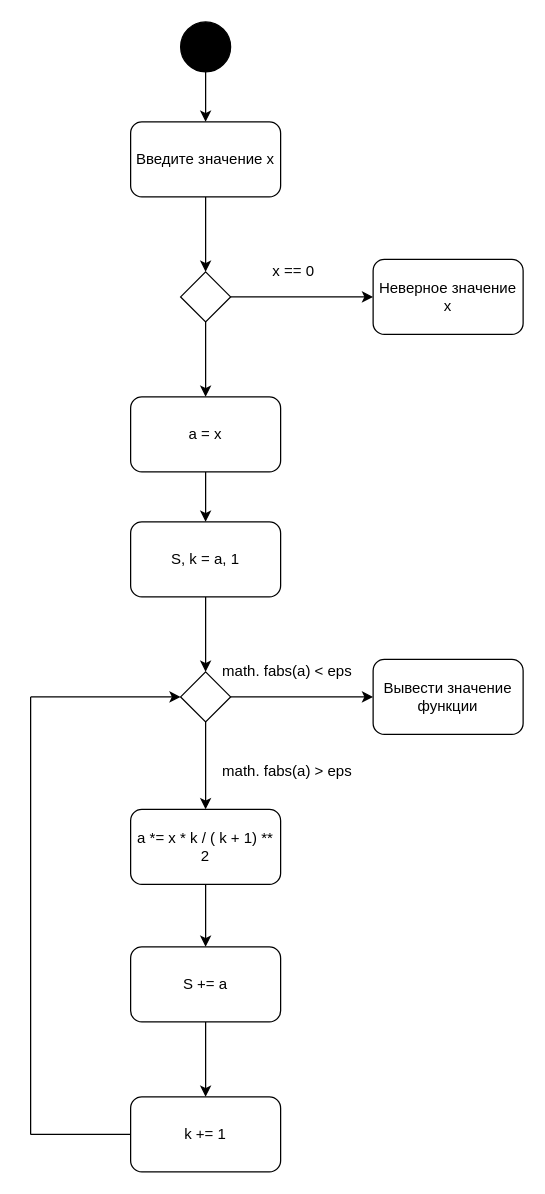
Dvinec/lab-2.2 keeps this draw.io diagram as Диаграмма модуля 5.drawio. Above is the earlier version. Source tidied: cells renumbered, new cells numbered last; positions are measured from the earlier drawing's top-left corner, leaving out a move shared by most shapes. Both pictures are drawn from the tidied source at 125%, with x=0, y=0 at pixel (30, 21).
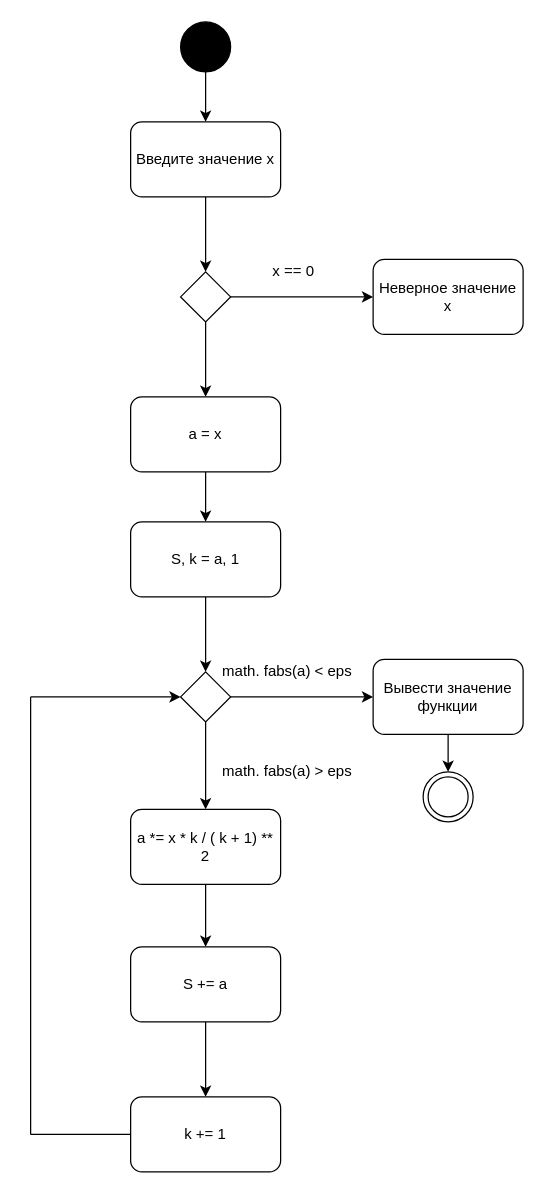
The same diagram, later.

The change refers to these unchanged cells:
```xml
<mxCell id="9" value="Вывести значение функции" style="rounded=1;whiteSpace=wrap;html=1;fillColor=none;" parent="1" vertex="1">
  <mxGeometry x="274" y="510" width="120" height="60" as="geometry" />
</mxCell>
```

What changed in the source:
```diff
@@
+    <mxCell id="29" style="ellipse;shape=doubleEllipse;whiteSpace=wrap;html=1;fillStyle=auto;fillColor=none;" parent="1" vertex="1">
+      <mxGeometry x="314" y="600" width="40" height="40" as="geometry" />
+    </mxCell>
+    <mxCell id="30" style="endArrow=classic;html=1;rounded=0;exitX=0.5;exitY=1;exitDx=0;exitDy=0;entryX=0.5;entryY=0;entryDx=0;entryDy=0;" parent="1" edge="1" source="9" target="29">
+      <mxGeometry relative="1" as="geometry" />
+    </mxCell>
```
